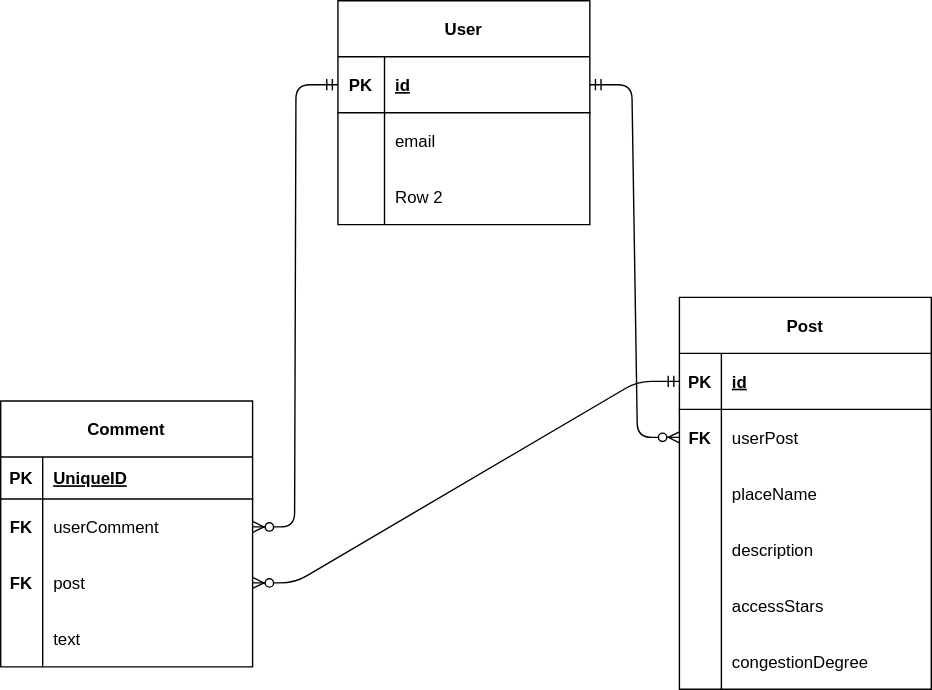
Earlier version of the draw.io export er-piture.drawio.svg (kousei1015/react_django). Source tidied: cells renumbered, new cells last; positions are measured from the earlier drawing's top-left corner, leaving out a move shared by most shapes.
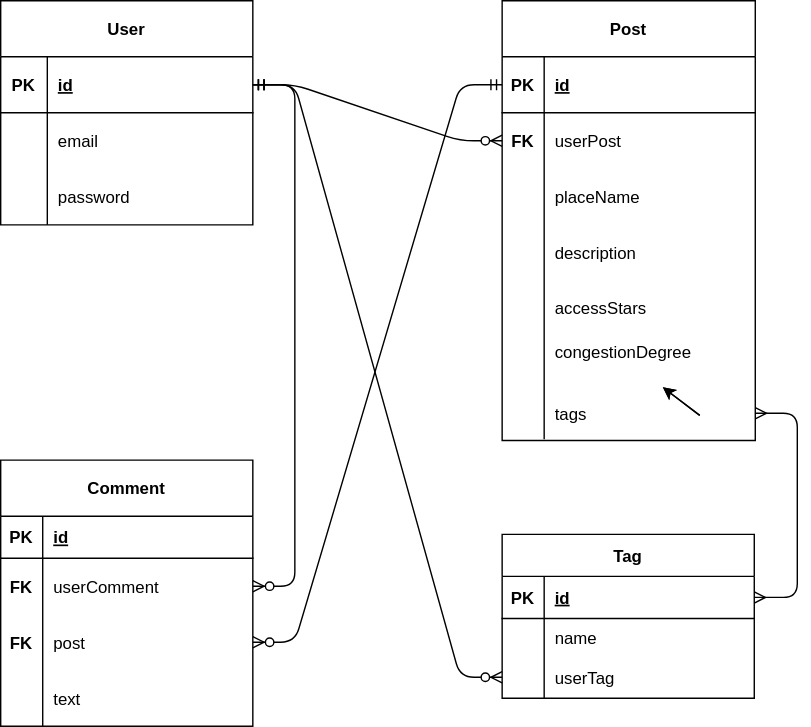
Later version of the same file.

The edit, as a diff of the source:
```diff
@@ -3,7 +3,7 @@
     <mxCell id="0" />
     <mxCell id="1" parent="0" />
     <mxCell id="2" value="User" style="shape=table;startSize=40;rowLines=0;fontStyle=1;align=center;fontColor=#000000;strokeColor=#000000;strokeWidth=1;fillColor=#FFFFFF;gradientColor=#ffffff;" parent="1" vertex="1">
-      <mxGeometry x="241" width="180" height="160" as="geometry" />
+      <mxGeometry y="-20" width="180" height="160" as="geometry" />
     </mxCell>
     <mxCell id="3" style="shape=partialRectangle;fillColor=none;top=0;left=0;bottom=1;right=0;points=[[0,0.5],[1,0.5]];portConstraint=eastwest;fontColor=#000000;strokeColor=#000000;strokeWidth=1;" parent="2" vertex="1">
       <mxGeometry y="40" width="180" height="40" as="geometry" />
@@ -29,68 +29,77 @@
     <mxCell id="10" style="shape=partialRectangle;fillColor=none;top=0;left=0;bottom=0;right=0;overflow=hidden;fontColor=#000000;strokeColor=#000000;strokeWidth=1;" parent="9" vertex="1">
       <mxGeometry width="33.3" height="40" as="geometry" />
     </mxCell>
-    <mxCell id="11" value="Row 2" style="shape=partialRectangle;fillColor=none;top=0;left=0;bottom=0;right=0;align=left;spacingLeft=6;overflow=hidden;fontColor=#000000;strokeColor=#FFFFFF;strokeWidth=1;" parent="9" vertex="1">
+    <mxCell id="11" value="password" style="shape=partialRectangle;fillColor=none;top=0;left=0;bottom=0;right=0;align=left;spacingLeft=6;overflow=hidden;fontColor=#000000;strokeColor=#FFFFFF;strokeWidth=1;" parent="9" vertex="1">
       <mxGeometry x="33.3" width="146.7" height="40" as="geometry" />
     </mxCell>
     <mxCell id="12" value="Post" style="shape=table;startSize=40;rowLines=0;fontStyle=1;align=center;fontColor=#000000;strokeColor=#000000;strokeWidth=1;fillColor=#FFFFFF;gradientColor=#ffffff;" parent="1" vertex="1">
-      <mxGeometry x="485" y="212" width="180" height="280" as="geometry" />
+      <mxGeometry x="358" y="-20" width="180.7" height="314" as="geometry" />
     </mxCell>
     <mxCell id="13" style="shape=partialRectangle;fillColor=none;top=0;left=0;bottom=1;right=0;points=[[0,0.5],[1,0.5]];portConstraint=eastwest;fontColor=#000000;strokeColor=#000000;strokeWidth=1;" parent="12" vertex="1">
-      <mxGeometry y="40" width="180" height="40" as="geometry" />
+      <mxGeometry y="40" width="180.7" height="40" as="geometry" />
     </mxCell>
     <mxCell id="14" value="PK" style="shape=partialRectangle;fillColor=none;top=0;left=0;bottom=0;right=0;fontStyle=1;overflow=hidden;fontColor=#000000;strokeColor=#000000;strokeWidth=1;" parent="13" vertex="1">
       <mxGeometry width="30" height="40" as="geometry" />
     </mxCell>
     <mxCell id="15" value="id" style="shape=partialRectangle;fillColor=none;top=0;left=0;bottom=0;right=0;align=left;spacingLeft=6;fontStyle=5;overflow=hidden;fontColor=#000000;strokeColor=#000000;strokeWidth=1;" parent="13" vertex="1">
-      <mxGeometry x="30" width="150" height="40" as="geometry" />
+      <mxGeometry x="30" width="150.7" height="40" as="geometry" />
     </mxCell>
     <mxCell id="16" style="shape=partialRectangle;fillColor=none;top=0;left=0;bottom=0;right=0;points=[[0,0.5],[1,0.5]];portConstraint=eastwest;fontColor=#000000;strokeColor=#000000;strokeWidth=1;" parent="12" vertex="1">
-      <mxGeometry y="80" width="180" height="40" as="geometry" />
+      <mxGeometry y="80" width="180.7" height="40" as="geometry" />
     </mxCell>
     <mxCell id="17" value="FK" style="shape=partialRectangle;fillColor=none;top=0;left=0;bottom=0;right=0;overflow=hidden;fontColor=#000000;strokeColor=#000000;strokeWidth=1;fontStyle=1;" parent="16" vertex="1">
       <mxGeometry width="30" height="40" as="geometry" />
     </mxCell>
     <mxCell id="18" value="userPost" style="shape=partialRectangle;fillColor=none;top=0;left=0;bottom=0;right=0;align=left;spacingLeft=6;overflow=hidden;fontColor=#000000;strokeColor=#000000;strokeWidth=1;" parent="16" vertex="1">
-      <mxGeometry x="30" width="150" height="40" as="geometry" />
+      <mxGeometry x="30" width="150.7" height="40" as="geometry" />
     </mxCell>
     <mxCell id="19" style="shape=partialRectangle;fillColor=none;top=0;left=0;bottom=0;right=0;fontColor=#000000;strokeColor=#000000;strokeWidth=1;" parent="12" vertex="1">
-      <mxGeometry y="120" width="180" height="40" as="geometry" />
+      <mxGeometry y="120" width="180.7" height="40" as="geometry" />
     </mxCell>
     <mxCell id="20" style="shape=partialRectangle;fillColor=none;top=0;left=0;bottom=0;right=0;overflow=hidden;fontColor=#000000;strokeColor=#000000;strokeWidth=1;" parent="19" vertex="1">
       <mxGeometry width="30" height="40" as="geometry" />
     </mxCell>
     <mxCell id="21" value="placeName" style="shape=partialRectangle;fillColor=none;top=0;left=0;bottom=0;right=0;align=left;spacingLeft=6;overflow=hidden;fontColor=#000000;strokeColor=#000000;strokeWidth=1;" parent="19" vertex="1">
-      <mxGeometry x="30" width="150" height="40" as="geometry" />
+      <mxGeometry x="30" width="150.7" height="40" as="geometry" />
     </mxCell>
     <mxCell id="22" style="shape=partialRectangle;fillColor=none;top=0;left=0;bottom=0;right=0;fontColor=#000000;strokeColor=#000000;strokeWidth=1;" parent="12" vertex="1">
-      <mxGeometry y="160" width="180" height="40" as="geometry" />
+      <mxGeometry y="160" width="180.7" height="40" as="geometry" />
     </mxCell>
     <mxCell id="23" style="shape=partialRectangle;fillColor=none;top=0;left=0;bottom=0;right=0;overflow=hidden;fontColor=#000000;strokeColor=#000000;strokeWidth=1;" parent="22" vertex="1">
       <mxGeometry width="30" height="40" as="geometry" />
     </mxCell>
     <mxCell id="24" value="description" style="shape=partialRectangle;fillColor=none;top=0;left=0;bottom=0;right=0;align=left;spacingLeft=6;overflow=hidden;fontColor=#000000;strokeColor=#000000;strokeWidth=1;" parent="22" vertex="1">
-      <mxGeometry x="30" width="150" height="40" as="geometry" />
+      <mxGeometry x="30" width="150.7" height="40" as="geometry" />
     </mxCell>
     <mxCell id="25" style="shape=partialRectangle;fillColor=none;top=0;left=0;bottom=0;right=0;fontColor=#000000;strokeColor=#000000;strokeWidth=1;" parent="12" vertex="1">
-      <mxGeometry y="200" width="180" height="40" as="geometry" />
+      <mxGeometry y="200" width="180.7" height="39" as="geometry" />
     </mxCell>
     <mxCell id="26" style="shape=partialRectangle;fillColor=none;top=0;left=0;bottom=0;right=0;overflow=hidden;fontColor=#000000;strokeColor=#000000;strokeWidth=1;" parent="25" vertex="1">
-      <mxGeometry width="30" height="40" as="geometry" />
+      <mxGeometry width="30" height="39" as="geometry" />
     </mxCell>
     <mxCell id="27" value="accessStars" style="shape=partialRectangle;fillColor=none;top=0;left=0;bottom=0;right=0;align=left;spacingLeft=6;overflow=hidden;fontColor=#000000;strokeColor=#000000;strokeWidth=1;" parent="25" vertex="1">
-      <mxGeometry x="30" width="150" height="40" as="geometry" />
+      <mxGeometry x="30" width="150.7" height="39" as="geometry" />
     </mxCell>
     <mxCell id="28" style="shape=partialRectangle;fillColor=none;top=0;left=0;bottom=0;right=0;points=[[0,0.5],[1,0.5]];portConstraint=eastwest;fontColor=#000000;strokeColor=#000000;strokeWidth=1;" parent="12" vertex="1">
-      <mxGeometry y="240" width="180" height="40" as="geometry" />
+      <mxGeometry y="239" width="180.7" height="37" as="geometry" />
     </mxCell>
     <mxCell id="29" style="shape=partialRectangle;fillColor=none;top=0;left=0;bottom=0;right=0;overflow=hidden;fontColor=#000000;strokeColor=#000000;strokeWidth=1;" parent="28" vertex="1">
-      <mxGeometry width="30" height="40" as="geometry" />
+      <mxGeometry width="30" height="37" as="geometry" />
     </mxCell>
-    <mxCell id="30" value="congestionDegree" style="shape=partialRectangle;fillColor=none;top=0;left=0;bottom=0;right=0;align=left;spacingLeft=6;overflow=hidden;fontColor=#000000;strokeColor=#000000;strokeWidth=1;" parent="28" vertex="1">
-      <mxGeometry x="30" width="150" height="40" as="geometry" />
+    <mxCell id="30" value="congestionDegree&#10;" style="shape=partialRectangle;fillColor=none;top=0;left=0;bottom=0;right=0;align=left;spacingLeft=6;overflow=hidden;fontColor=#000000;strokeColor=#000000;strokeWidth=1;" parent="28" vertex="1">
+      <mxGeometry x="30" width="150.7" height="37" as="geometry" />
     </mxCell>
+    <mxCell id="47" style="shape=partialRectangle;fillColor=none;top=0;left=0;bottom=0;right=0;points=[[0,0.5],[1,0.5]];portConstraint=eastwest;fontColor=#000000;strokeColor=#000000;strokeWidth=1;" parent="12" vertex="1">
+      <mxGeometry y="276" width="180.7" height="37" as="geometry" />
+    </mxCell>
+    <mxCell id="48" style="shape=partialRectangle;fillColor=none;top=0;left=0;bottom=0;right=0;overflow=hidden;fontColor=#000000;strokeColor=#000000;strokeWidth=1;" parent="47" vertex="1">
+      <mxGeometry width="30" height="37" as="geometry" />
+    </mxCell>
+    <mxCell id="49" value="tags" style="shape=partialRectangle;fillColor=none;top=0;left=0;bottom=0;right=0;align=left;spacingLeft=6;overflow=hidden;fontColor=#000000;strokeColor=#000000;strokeWidth=1;" parent="47" vertex="1">
+      <mxGeometry x="30" width="150.7" height="37" as="geometry" />
+    </mxCell>
     <mxCell id="31" value="Comment" style="shape=table;startSize=40;rowLines=0;fontStyle=1;align=center;fontColor=#000000;strokeColor=#000000;strokeWidth=1;fillColor=#FFFFFF;gradientColor=#ffffff;" parent="1" vertex="1">
-      <mxGeometry y="286" width="180" height="190" as="geometry" />
+      <mxGeometry y="308" width="180" height="190" as="geometry" />
     </mxCell>
     <mxCell id="32" style="shape=partialRectangle;fillColor=none;top=0;left=0;bottom=1;right=0;fontColor=#000000;strokeColor=#000000;strokeWidth=1;" parent="31" vertex="1">
       <mxGeometry y="40" width="180" height="30" as="geometry" />
@@ -98,7 +107,7 @@
     <mxCell id="33" value="PK" style="shape=partialRectangle;fillColor=none;top=0;left=0;bottom=0;right=0;fontStyle=1;overflow=hidden;fontColor=#000000;strokeColor=#000000;strokeWidth=1;" parent="32" vertex="1">
       <mxGeometry width="30" height="30" as="geometry" />
     </mxCell>
-    <mxCell id="34" value="UniqueID" style="shape=partialRectangle;fillColor=none;top=0;left=0;bottom=0;right=0;align=left;spacingLeft=6;fontStyle=5;overflow=hidden;fontColor=#000000;strokeColor=#000000;strokeWidth=1;" parent="32" vertex="1">
+    <mxCell id="34" value="id" style="shape=partialRectangle;fillColor=none;top=0;left=0;bottom=0;right=0;align=left;spacingLeft=6;fontStyle=5;overflow=hidden;fontColor=#000000;strokeColor=#000000;strokeWidth=1;" parent="32" vertex="1">
       <mxGeometry x="30" width="150" height="30" as="geometry" />
     </mxCell>
     <mxCell id="35" style="shape=partialRectangle;fillColor=none;top=0;left=0;bottom=0;right=0;points=[[0,0.5],[1,0.5]];portConstraint=eastwest;fontColor=#000000;strokeColor=#000000;strokeWidth=1;" parent="31" vertex="1">
@@ -137,5 +146,51 @@
     <mxCell id="46" style="edgeStyle=entityRelationEdgeStyle;fontSize=12;html=1;endArrow=ERzeroToMany;startArrow=ERmandOne;fontColor=#000000;strokeColor=#000000;strokeWidth=1;" parent="1" edge="1" source="13" target="38">
       <mxGeometry relative="1" as="geometry" />
     </mxCell>
+    <mxCell id="50" value="Tag" style="shape=table;startSize=30;rowLines=0;fontStyle=1;align=center;fontColor=#000000;fillColor=#FFFFFF;strokeColor=#000000;" parent="1" vertex="1">
+      <mxGeometry x="358" y="361" width="180" height="117" as="geometry" />
+    </mxCell>
+    <mxCell id="51" style="shape=partialRectangle;fillColor=none;top=0;left=0;bottom=1;right=0;points=[[0,0.5],[1,0.5]];portConstraint=eastwest;strokeColor=#000000;" parent="50" vertex="1">
+      <mxGeometry y="30" width="180" height="30" as="geometry" />
+    </mxCell>
+    <mxCell id="52" value="PK" style="shape=partialRectangle;fillColor=none;top=0;left=0;bottom=0;right=0;fontStyle=1;overflow=hidden;fontColor=#000000;" parent="51" vertex="1">
+      <mxGeometry width="30" height="30" as="geometry" />
+    </mxCell>
+    <mxCell id="53" value="id" style="shape=partialRectangle;fillColor=none;top=0;left=0;bottom=0;right=0;align=left;spacingLeft=6;fontStyle=5;overflow=hidden;fontColor=#000000;" parent="51" vertex="1">
+      <mxGeometry x="30" width="150" height="30" as="geometry" />
+    </mxCell>
+    <mxCell id="54" style="shape=partialRectangle;fillColor=none;top=0;left=0;bottom=0;right=0;" parent="50" vertex="1">
+      <mxGeometry y="60" width="180" height="27" as="geometry" />
+    </mxCell>
+    <mxCell id="55" style="shape=partialRectangle;fillColor=none;top=0;left=0;bottom=0;right=0;overflow=hidden;" parent="54" vertex="1">
+      <mxGeometry width="30" height="27" as="geometry" />
+    </mxCell>
+    <mxCell id="56" value="name" style="shape=partialRectangle;fillColor=none;top=0;left=0;bottom=0;right=0;align=left;spacingLeft=6;overflow=hidden;fontColor=#000000;" parent="54" vertex="1">
+      <mxGeometry x="30" width="150" height="27" as="geometry" />
+    </mxCell>
+    <mxCell id="57" style="shape=partialRectangle;fillColor=none;top=0;left=0;bottom=0;right=0;points=[[0,0.5],[1,0.5]];portConstraint=eastwest;" parent="50" vertex="1">
+      <mxGeometry y="87" width="180" height="30" as="geometry" />
+    </mxCell>
+    <mxCell id="58" style="shape=partialRectangle;fillColor=none;top=0;left=0;bottom=0;right=0;overflow=hidden;" parent="57" vertex="1">
+      <mxGeometry width="30" height="30" as="geometry" />
+    </mxCell>
+    <mxCell id="59" value="userTag" style="shape=partialRectangle;fillColor=none;top=0;left=0;bottom=0;right=0;align=left;spacingLeft=6;overflow=hidden;fontColor=#000000;" parent="57" vertex="1">
+      <mxGeometry x="30" width="150" height="30" as="geometry" />
+    </mxCell>
+    <mxCell id="60" style="edgeStyle=none;html=1;fontColor=#000000;" parent="1" edge="1" target="28">
+      <mxGeometry relative="1" as="geometry">
+        <mxPoint x="499.1" y="276" as="sourcePoint" />
+      </mxGeometry>
+    </mxCell>
+    <mxCell id="61" style="edgeStyle=none;html=1;fontColor=#000000;" parent="1" edge="1" target="28">
+      <mxGeometry relative="1" as="geometry">
+        <mxPoint x="499.1" y="276" as="sourcePoint" />
+      </mxGeometry>
+    </mxCell>
+    <mxCell id="62" style="edgeStyle=entityRelationEdgeStyle;fontSize=12;html=1;endArrow=ERzeroToMany;startArrow=ERmandOne;fontColor=#000000;exitX=1;exitY=0.5;exitDx=0;exitDy=0;strokeColor=#000000;entryX=0;entryY=0.5;entryDx=0;entryDy=0;" parent="1" edge="1" source="3" target="57">
+      <mxGeometry relative="1" as="geometry" />
+    </mxCell>
+    <mxCell id="63" style="edgeStyle=entityRelationEdgeStyle;fontSize=12;html=1;endArrow=ERmany;startArrow=ERmany;fontColor=#000000;strokeColor=#000000;" parent="1" edge="1" source="47" target="51">
+      <mxGeometry relative="1" as="geometry" />
+    </mxCell>
   </root>
 </mxGraphModel>
```
